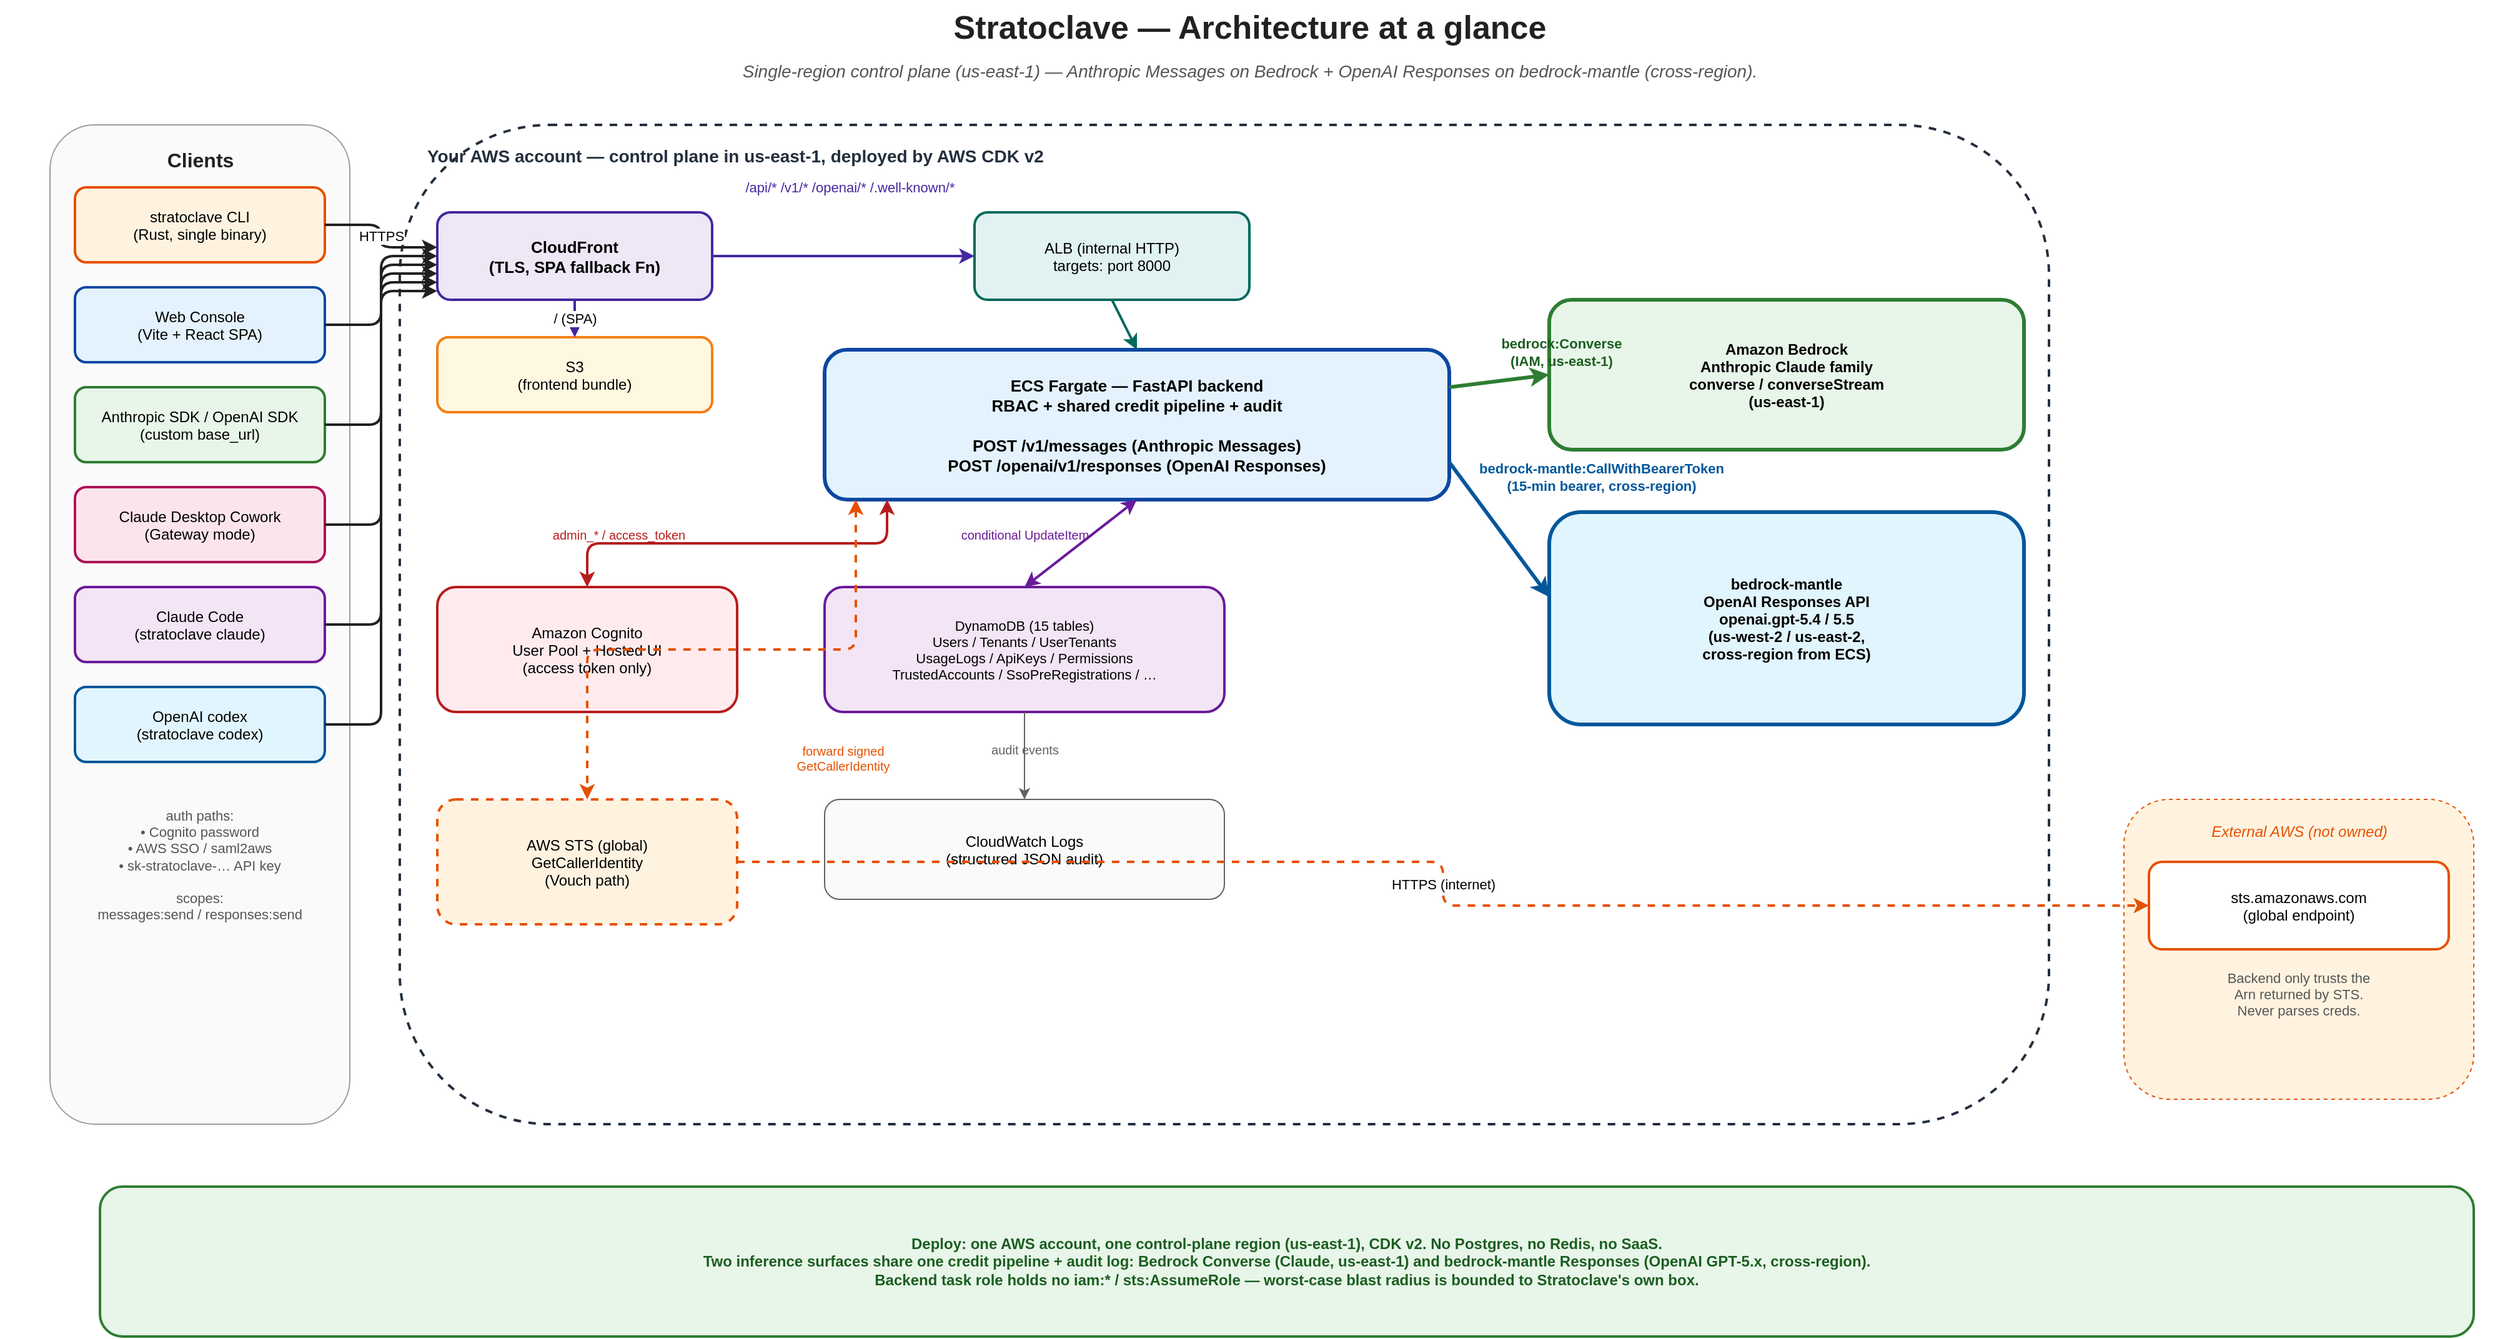
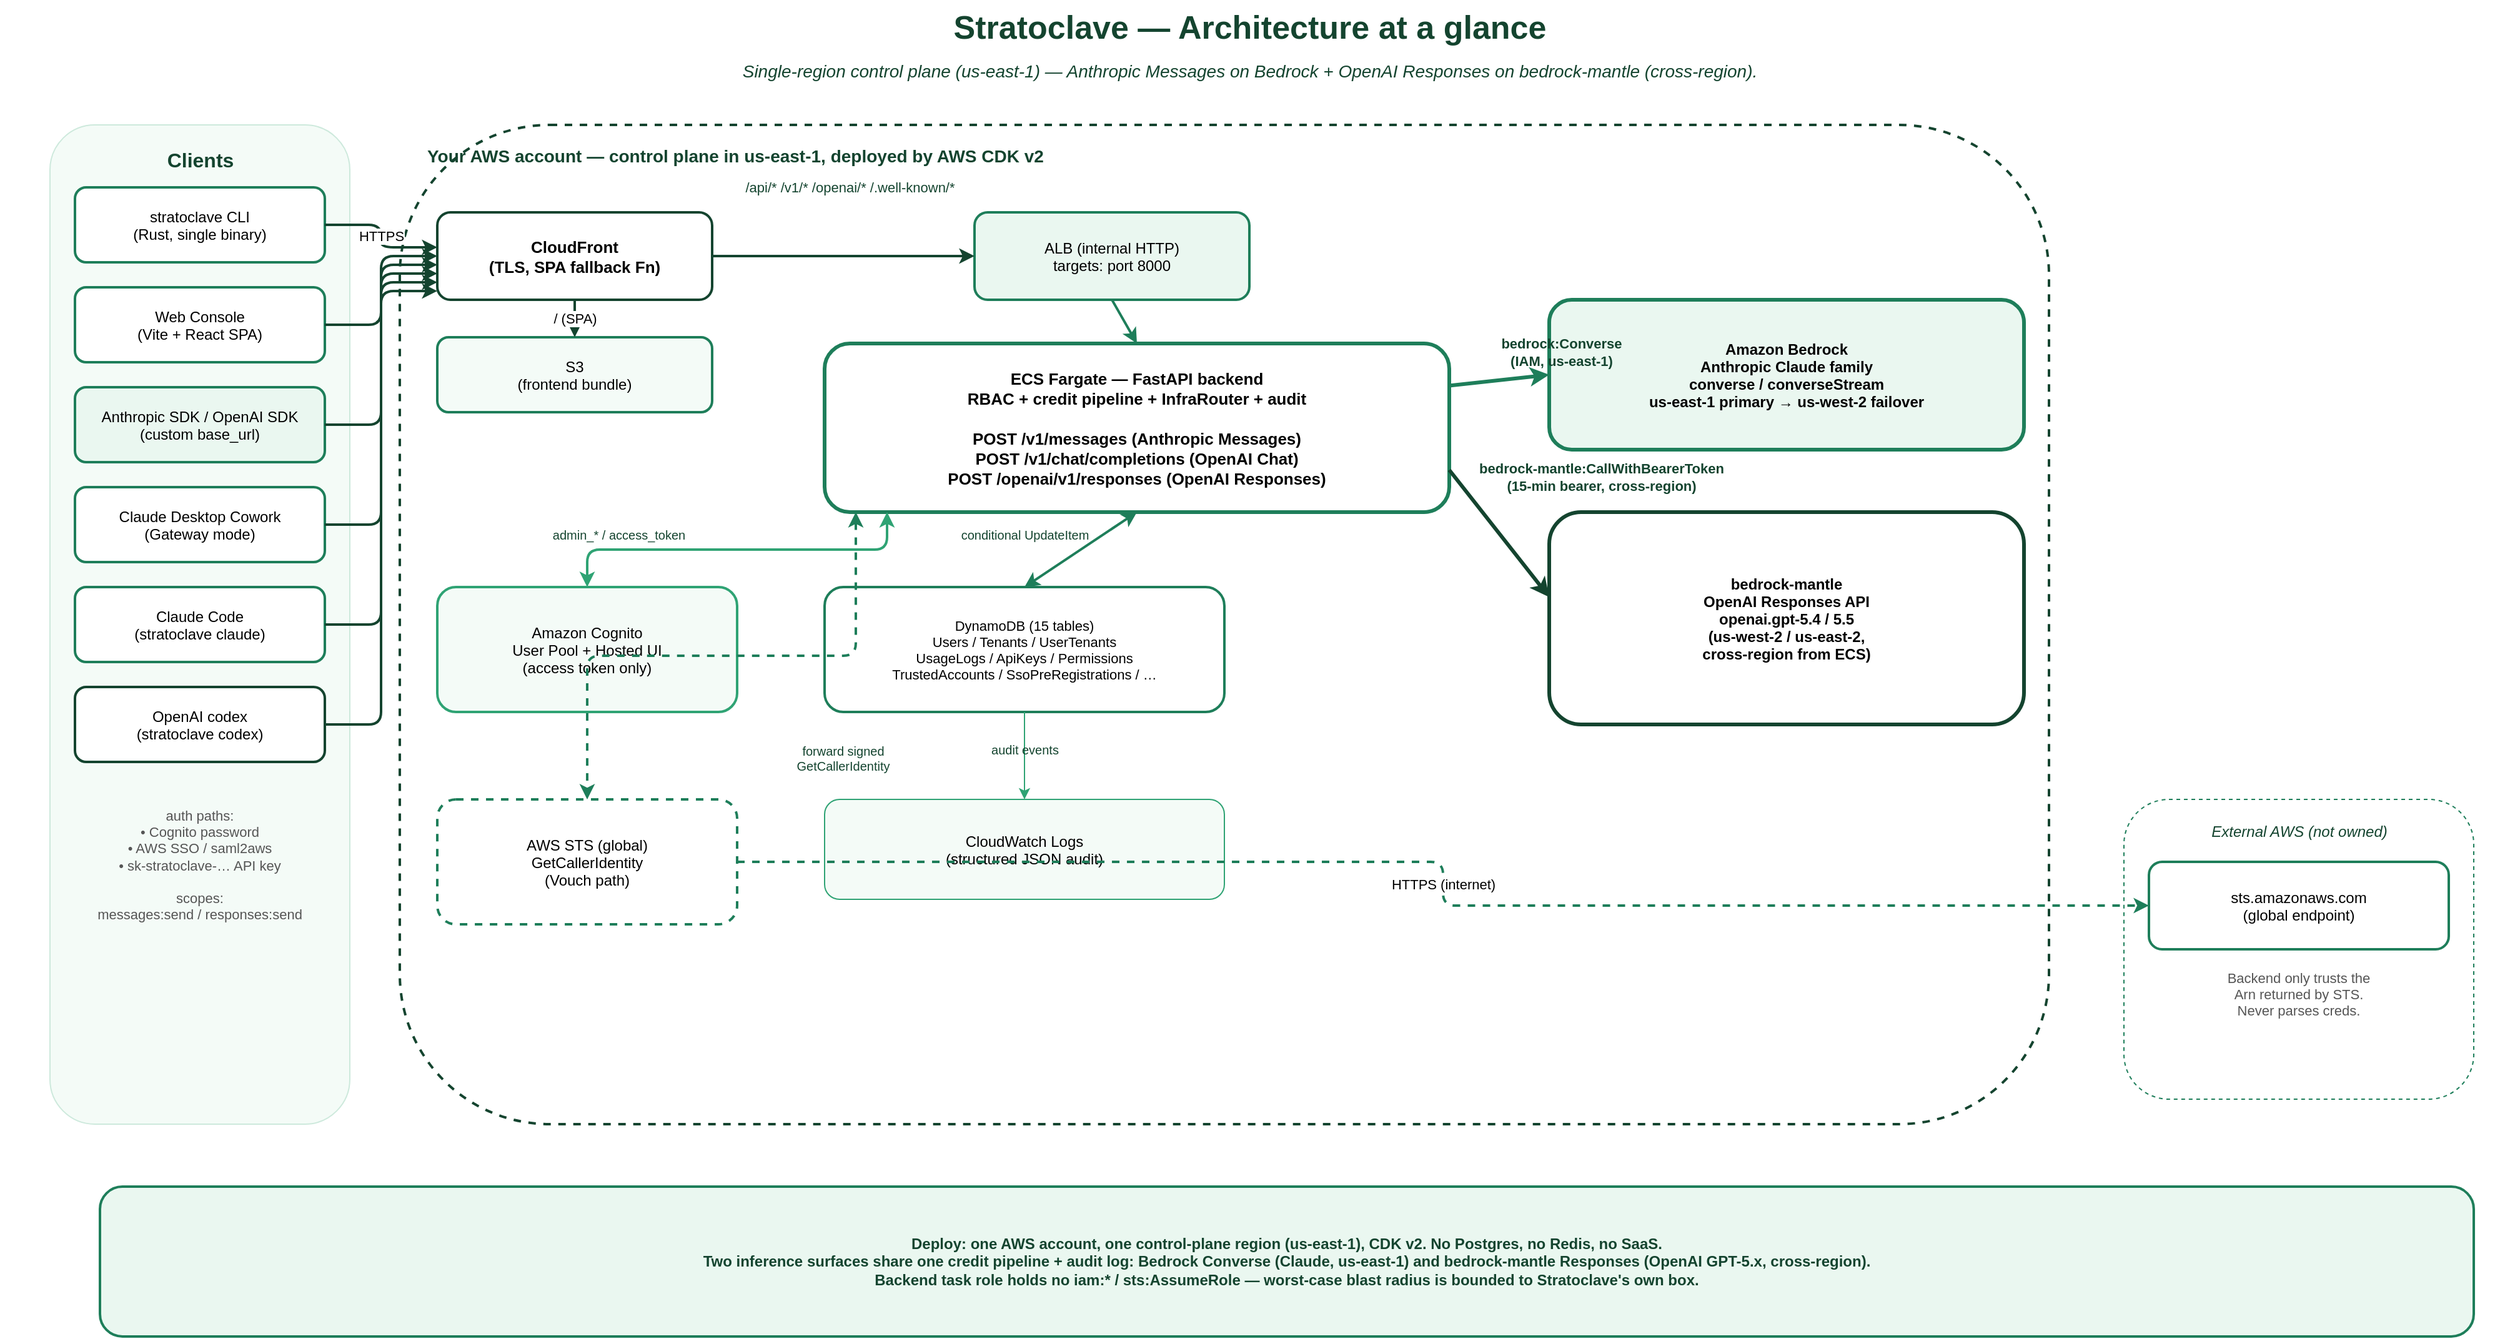
<mxGraphModel dx="2000" dy="1280" grid="1" gridSize="10" guides="1" tooltips="1" connect="1" arrows="1" fold="1" page="1" pageScale="1" pageWidth="2000" pageHeight="1280" math="0" shadow="0">
  <root>
    <mxCell id="0"/>
    <mxCell id="1" parent="0"/>

    <mxCell id="title" value="Stratoclave — Architecture at a glance"
-       style="text;html=1;align=center;fontSize=26;fontStyle=1;fontColor=#212121;"
+       style="text;html=1;align=center;fontSize=26;fontStyle=1;fontColor=#14442F;"
      vertex="1" parent="1">
      <mxGeometry x="0" y="20" width="2000" height="40" as="geometry"/>
    </mxCell>

    <mxCell id="subtitle" value="Single-region control plane (us-east-1) — Anthropic Messages on Bedrock + OpenAI Responses on bedrock-mantle (cross-region)."
-       style="text;html=1;align=center;fontSize=14;fontStyle=2;fontColor=#555555;"
+       style="text;html=1;align=center;fontSize=14;fontStyle=2;fontColor=#14442F;"
      vertex="1" parent="1">
      <mxGeometry x="0" y="62" width="2000" height="24" as="geometry"/>
    </mxCell>

    <!-- ===================== CLIENT PANEL (x=40..280) ===================== -->
    <mxCell id="client_panel" value=""
-       style="rounded=1;fillColor=#FAFAFA;strokeColor=#9E9E9E;strokeWidth=1;"
+       style="rounded=1;fillColor=#F4FBF7;strokeColor=#CDE9DC;strokeWidth=1;"
      vertex="1" parent="1">
      <mxGeometry x="40" y="120" width="240" height="800" as="geometry"/>
    </mxCell>
    <mxCell id="client_title" value="Clients"
-       style="text;html=1;align=center;fontSize=16;fontStyle=1;fontColor=#212121;"
+       style="text;html=1;align=center;fontSize=16;fontStyle=1;fontColor=#14442F;"
      vertex="1" parent="1">
      <mxGeometry x="40" y="132" width="240" height="26" as="geometry"/>
    </mxCell>
    <mxCell id="cli_box" value="stratoclave CLI&#10;(Rust, single binary)"
-       style="rounded=1;fillColor=#FFF3E0;strokeColor=#E65100;strokeWidth=2;fontSize=12;align=center;verticalAlign=middle;"
+       style="rounded=1;fillColor=#FFFFFF;strokeColor=#1E7E5A;strokeWidth=2;fontSize=12;align=center;verticalAlign=middle;"
      vertex="1" parent="1">
      <mxGeometry x="60" y="170" width="200" height="60" as="geometry"/>
    </mxCell>
    <mxCell id="webui_box" value="Web Console&#10;(Vite + React SPA)"
-       style="rounded=1;fillColor=#E3F2FD;strokeColor=#0D47A1;strokeWidth=2;fontSize=12;align=center;verticalAlign=middle;"
+       style="rounded=1;fillColor=#FFFFFF;strokeColor=#1E7E5A;strokeWidth=2;fontSize=12;align=center;verticalAlign=middle;"
      vertex="1" parent="1">
      <mxGeometry x="60" y="250" width="200" height="60" as="geometry"/>
    </mxCell>
    <mxCell id="sdk_box" value="Anthropic SDK / OpenAI SDK&#10;(custom base_url)"
-       style="rounded=1;fillColor=#E8F5E9;strokeColor=#2E7D32;strokeWidth=2;fontSize=12;align=center;verticalAlign=middle;"
+       style="rounded=1;fillColor=#EAF7F0;strokeColor=#1E7E5A;strokeWidth=2;fontSize=12;align=center;verticalAlign=middle;"
      vertex="1" parent="1">
      <mxGeometry x="60" y="330" width="200" height="60" as="geometry"/>
    </mxCell>
    <mxCell id="cowork_box" value="Claude Desktop Cowork&#10;(Gateway mode)"
-       style="rounded=1;fillColor=#FCE4EC;strokeColor=#AD1457;strokeWidth=2;fontSize=12;align=center;verticalAlign=middle;"
+       style="rounded=1;fillColor=#FFFFFF;strokeColor=#1E7E5A;strokeWidth=2;fontSize=12;align=center;verticalAlign=middle;"
      vertex="1" parent="1">
      <mxGeometry x="60" y="410" width="200" height="60" as="geometry"/>
    </mxCell>
    <mxCell id="claude_code_box" value="Claude Code&#10;(stratoclave claude)"
-       style="rounded=1;fillColor=#F3E5F5;strokeColor=#6A1B9A;strokeWidth=2;fontSize=12;align=center;verticalAlign=middle;"
+       style="rounded=1;fillColor=#FFFFFF;strokeColor=#1E7E5A;strokeWidth=2;fontSize=12;align=center;verticalAlign=middle;"
      vertex="1" parent="1">
      <mxGeometry x="60" y="490" width="200" height="60" as="geometry"/>
    </mxCell>
    <mxCell id="codex_box" value="OpenAI codex&#10;(stratoclave codex)"
-       style="rounded=1;fillColor=#E1F5FE;strokeColor=#01579B;strokeWidth=2;fontSize=12;align=center;verticalAlign=middle;"
+       style="rounded=1;fillColor=#FFFFFF;strokeColor=#14442F;strokeWidth=2;fontSize=12;align=center;verticalAlign=middle;"
      vertex="1" parent="1">
      <mxGeometry x="60" y="570" width="200" height="60" as="geometry"/>
    </mxCell>
    <mxCell id="client_auth_note"
      value="auth paths:&#10;• Cognito password&#10;• AWS SSO / saml2aws&#10;• sk-stratoclave-… API key&#10;&#10;scopes:&#10;messages:send / responses:send"
      style="text;html=1;align=center;fontSize=11;fontColor=#555;whiteSpace=wrap;"
      vertex="1" parent="1">
      <mxGeometry x="60" y="660" width="200" height="140" as="geometry"/>
    </mxCell>

    <!-- ===================== AWS PANEL (x=320..1640) ===================== -->
    <mxCell id="aws_panel" value=""
-       style="rounded=1;fillColor=#FFFFFF;strokeColor=#232F3E;strokeWidth=2;dashed=1;"
+       style="rounded=1;fillColor=#FFFFFF;strokeColor=#14442F;strokeWidth=2;dashed=1;"
      vertex="1" parent="1">
      <mxGeometry x="320" y="120" width="1320" height="800" as="geometry"/>
    </mxCell>
    <mxCell id="aws_title" value="Your AWS account — control plane in us-east-1, deployed by AWS CDK v2"
-       style="text;html=1;align=left;fontSize=14;fontStyle=1;fontColor=#232F3E;"
+       style="text;html=1;align=left;fontSize=14;fontStyle=1;fontColor=#14442F;"
      vertex="1" parent="1">
      <mxGeometry x="340" y="130" width="1280" height="22" as="geometry"/>
    </mxCell>

    <!-- Row 1: CloudFront, ALB. CloudFront/ALB Y=190..260, label space ABOVE the boxes is occupied by AWS title -->
    <!-- So the path label lives BETWEEN them on the edge, not above. -->
    <mxCell id="cf_box" value="CloudFront&#10;(TLS, SPA fallback Fn)"
-       style="rounded=1;fillColor=#EDE7F6;strokeColor=#4527A0;strokeWidth=2;fontSize=13;fontStyle=1;align=center;verticalAlign=middle;"
+       style="rounded=1;fillColor=#FFFFFF;strokeColor=#14442F;strokeWidth=2;fontSize=13;fontStyle=1;align=center;verticalAlign=middle;"
      vertex="1" parent="1">
      <mxGeometry x="350" y="190" width="220" height="70" as="geometry"/>
    </mxCell>
    <mxCell id="alb_box" value="ALB (internal HTTP)&#10;targets: port 8000"
-       style="rounded=1;fillColor=#E0F2F1;strokeColor=#00695C;strokeWidth=2;fontSize=12;align=center;verticalAlign=middle;"
+       style="rounded=1;fillColor=#EAF7F0;strokeColor=#1E7E5A;strokeWidth=2;fontSize=12;align=center;verticalAlign=middle;"
      vertex="1" parent="1">
      <mxGeometry x="780" y="190" width="220" height="70" as="geometry"/>
    </mxCell>
    <!-- S3 directly under CloudFront -->
    <mxCell id="s3_box" value="S3&#10;(frontend bundle)"
-       style="rounded=1;fillColor=#FFF8E1;strokeColor=#F57F17;strokeWidth=2;fontSize=12;align=center;verticalAlign=middle;"
+       style="rounded=1;fillColor=#F4FBF7;strokeColor=#1E7E5A;strokeWidth=2;fontSize=12;align=center;verticalAlign=middle;"
      vertex="1" parent="1">
      <mxGeometry x="350" y="290" width="220" height="60" as="geometry"/>
    </mxCell>

    <!-- Row 2: Backend FastAPI box -->
    <mxCell id="backend_box"
-       value="ECS Fargate — FastAPI backend&#10;RBAC + shared credit pipeline + audit&#10;&#10;POST /v1/messages (Anthropic Messages)&#10;POST /openai/v1/responses (OpenAI Responses)"
-       style="rounded=1;fillColor=#E3F2FD;strokeColor=#0D47A1;strokeWidth=3;fontSize=13;fontStyle=1;align=center;verticalAlign=middle;"
-       vertex="1" parent="1">
-       <mxGeometry x="660" y="300" width="500" height="120" as="geometry"/>
+       value="ECS Fargate — FastAPI backend&#10;RBAC + credit pipeline + InfraRouter + audit&#10;&#10;POST /v1/messages (Anthropic Messages)&#10;POST /v1/chat/completions (OpenAI Chat)&#10;POST /openai/v1/responses (OpenAI Responses)"
+       style="rounded=1;fillColor=#FFFFFF;strokeColor=#1E7E5A;strokeWidth=3;fontSize=13;fontStyle=1;align=center;verticalAlign=middle;"
+       vertex="1" parent="1">
+       <mxGeometry x="660" y="295" width="500" height="135" as="geometry"/>
    </mxCell>

    <!-- Row 3: Cognito, DynamoDB. STS lives on row 4 -->
    <mxCell id="cognito_box" value="Amazon Cognito&#10;User Pool + Hosted UI&#10;(access token only)"
-       style="rounded=1;fillColor=#FFEBEE;strokeColor=#B71C1C;strokeWidth=2;fontSize=12;align=center;verticalAlign=middle;"
+       style="rounded=1;fillColor=#F4FBF7;strokeColor=#2FA374;strokeWidth=2;fontSize=12;align=center;verticalAlign=middle;"
      vertex="1" parent="1">
      <mxGeometry x="350" y="490" width="240" height="100" as="geometry"/>
    </mxCell>
    <mxCell id="dynamo_box"
      value="DynamoDB (15 tables)&#10;Users / Tenants / UserTenants&#10;UsageLogs / ApiKeys / Permissions&#10;TrustedAccounts / SsoPreRegistrations / …"
-       style="rounded=1;fillColor=#F3E5F5;strokeColor=#6A1B9A;strokeWidth=2;fontSize=11;align=center;verticalAlign=middle;"
+       style="rounded=1;fillColor=#FFFFFF;strokeColor=#1E7E5A;strokeWidth=2;fontSize=11;align=center;verticalAlign=middle;"
      vertex="1" parent="1">
      <mxGeometry x="660" y="490" width="320" height="100" as="geometry"/>
    </mxCell>

    <!-- Row 4: STS + CloudWatch. -->
    <mxCell id="sts_box" value="AWS STS (global)&#10;GetCallerIdentity&#10;(Vouch path)"
-       style="rounded=1;fillColor=#FFF3E0;strokeColor=#E65100;strokeWidth=2;dashed=1;fontSize=12;align=center;verticalAlign=middle;"
+       style="rounded=1;fillColor=#FFFFFF;strokeColor=#1E7E5A;strokeWidth=2;dashed=1;fontSize=12;align=center;verticalAlign=middle;"
      vertex="1" parent="1">
      <mxGeometry x="350" y="660" width="240" height="100" as="geometry"/>
    </mxCell>
    <mxCell id="cw_box" value="CloudWatch Logs&#10;(structured JSON audit)"
-       style="rounded=1;fillColor=#FAFAFA;strokeColor=#616161;strokeWidth=1;fontSize=12;align=center;verticalAlign=middle;"
+       style="rounded=1;fillColor=#F4FBF7;strokeColor=#2FA374;strokeWidth=1;fontSize=12;align=center;verticalAlign=middle;"
      vertex="1" parent="1">
      <mxGeometry x="660" y="660" width="320" height="80" as="geometry"/>
    </mxCell>

    <!-- Right column: Bedrock surfaces. Y range 260..620 -->
    <mxCell id="bedrock_box"
-       value="Amazon Bedrock&#10;Anthropic Claude family&#10;converse / converseStream&#10;(us-east-1)"
-       style="rounded=1;fillColor=#E8F5E9;strokeColor=#2E7D32;strokeWidth=3;fontSize=12;fontStyle=1;align=center;verticalAlign=middle;"
+       value="Amazon Bedrock&#10;Anthropic Claude family&#10;converse / converseStream&#10;us-east-1 primary → us-west-2 failover"
+       style="rounded=1;fillColor=#EAF7F0;strokeColor=#1E7E5A;strokeWidth=3;fontSize=12;fontStyle=1;align=center;verticalAlign=middle;"
      vertex="1" parent="1">
      <mxGeometry x="1240" y="260" width="380" height="120" as="geometry"/>
    </mxCell>
    <mxCell id="mantle_box"
      value="bedrock-mantle&#10;OpenAI Responses API&#10;openai.gpt-5.4 / 5.5&#10;(us-west-2 / us-east-2,&#10;cross-region from ECS)"
-       style="rounded=1;fillColor=#E1F5FE;strokeColor=#01579B;strokeWidth=3;fontSize=12;fontStyle=1;align=center;verticalAlign=middle;"
+       style="rounded=1;fillColor=#FFFFFF;strokeColor=#14442F;strokeWidth=3;fontSize=12;fontStyle=1;align=center;verticalAlign=middle;"
      vertex="1" parent="1">
      <mxGeometry x="1240" y="430" width="380" height="170" as="geometry"/>
    </mxCell>

    <!-- ===================== EXTERNAL STS (right of AWS panel, Y=660..900) ===================== -->
    <mxCell id="ext_sts_panel" value=""
-       style="rounded=1;fillColor=#FFF3E0;strokeColor=#E65100;strokeWidth=1;dashed=1;"
+       style="rounded=1;fillColor=#FFFFFF;strokeColor=#1E7E5A;strokeWidth=1;dashed=1;"
      vertex="1" parent="1">
      <mxGeometry x="1700" y="660" width="280" height="240" as="geometry"/>
    </mxCell>
    <mxCell id="ext_sts_title" value="External AWS (not owned)"
-       style="text;html=1;align=center;fontSize=12;fontStyle=2;fontColor=#E65100;"
+       style="text;html=1;align=center;fontSize=12;fontStyle=2;fontColor=#14442F;"
      vertex="1" parent="1">
      <mxGeometry x="1700" y="672" width="280" height="22" as="geometry"/>
    </mxCell>
    <mxCell id="ext_sts_box" value="sts.amazonaws.com&#10;(global endpoint)"
-       style="rounded=1;fillColor=#FFFFFF;strokeColor=#E65100;strokeWidth=2;fontSize=12;align=center;verticalAlign=middle;"
+       style="rounded=1;fillColor=#FFFFFF;strokeColor=#1E7E5A;strokeWidth=2;fontSize=12;align=center;verticalAlign=middle;"
      vertex="1" parent="1">
      <mxGeometry x="1720" y="710" width="240" height="70" as="geometry"/>
    </mxCell>
    <mxCell id="ext_sts_note" value="Backend only trusts the&#10;Arn returned by STS.&#10;Never parses creds."
      style="text;html=1;align=center;fontSize=11;fontColor=#555;whiteSpace=wrap;"
      vertex="1" parent="1">
      <mxGeometry x="1720" y="790" width="240" height="100" as="geometry"/>
    </mxCell>

    <!-- ===================== EDGES — clients to CloudFront ===================== -->
    <mxCell id="e_cli_cf" value="HTTPS"
-       style="endArrow=classic;html=1;strokeColor=#212121;strokeWidth=2;fontSize=11;edgeStyle=orthogonalEdgeStyle;exitX=1;exitY=0.5;exitDx=0;exitDy=0;entryX=0;entryY=0.4;entryDx=0;entryDy=0;"
+       style="endArrow=classic;html=1;strokeColor=#14442F;strokeWidth=2;fontSize=11;edgeStyle=orthogonalEdgeStyle;exitX=1;exitY=0.5;exitDx=0;exitDy=0;entryX=0;entryY=0.4;entryDx=0;entryDy=0;"
      edge="1" source="cli_box" target="cf_box" parent="1">
      <mxGeometry relative="1" as="geometry"/>
    </mxCell>
    <mxCell id="e_web_cf" value=""
-       style="endArrow=classic;html=1;strokeColor=#212121;strokeWidth=2;edgeStyle=orthogonalEdgeStyle;exitX=1;exitY=0.5;exitDx=0;exitDy=0;entryX=0;entryY=0.5;entryDx=0;entryDy=0;"
+       style="endArrow=classic;html=1;strokeColor=#14442F;strokeWidth=2;edgeStyle=orthogonalEdgeStyle;exitX=1;exitY=0.5;exitDx=0;exitDy=0;entryX=0;entryY=0.5;entryDx=0;entryDy=0;"
      edge="1" source="webui_box" target="cf_box" parent="1">
      <mxGeometry relative="1" as="geometry"/>
    </mxCell>
    <mxCell id="e_sdk_cf" value=""
-       style="endArrow=classic;html=1;strokeColor=#212121;strokeWidth=2;edgeStyle=orthogonalEdgeStyle;exitX=1;exitY=0.5;exitDx=0;exitDy=0;entryX=0;entryY=0.6;entryDx=0;entryDy=0;"
+       style="endArrow=classic;html=1;strokeColor=#14442F;strokeWidth=2;edgeStyle=orthogonalEdgeStyle;exitX=1;exitY=0.5;exitDx=0;exitDy=0;entryX=0;entryY=0.6;entryDx=0;entryDy=0;"
      edge="1" source="sdk_box" target="cf_box" parent="1">
      <mxGeometry relative="1" as="geometry"/>
    </mxCell>
    <mxCell id="e_cowork_cf" value=""
-       style="endArrow=classic;html=1;strokeColor=#212121;strokeWidth=2;edgeStyle=orthogonalEdgeStyle;exitX=1;exitY=0.5;exitDx=0;exitDy=0;entryX=0;entryY=0.7;entryDx=0;entryDy=0;"
+       style="endArrow=classic;html=1;strokeColor=#14442F;strokeWidth=2;edgeStyle=orthogonalEdgeStyle;exitX=1;exitY=0.5;exitDx=0;exitDy=0;entryX=0;entryY=0.7;entryDx=0;entryDy=0;"
      edge="1" source="cowork_box" target="cf_box" parent="1">
      <mxGeometry relative="1" as="geometry"/>
    </mxCell>
    <mxCell id="e_claudecode_cf" value=""
-       style="endArrow=classic;html=1;strokeColor=#212121;strokeWidth=2;edgeStyle=orthogonalEdgeStyle;exitX=1;exitY=0.5;exitDx=0;exitDy=0;entryX=0;entryY=0.8;entryDx=0;entryDy=0;"
+       style="endArrow=classic;html=1;strokeColor=#14442F;strokeWidth=2;edgeStyle=orthogonalEdgeStyle;exitX=1;exitY=0.5;exitDx=0;exitDy=0;entryX=0;entryY=0.8;entryDx=0;entryDy=0;"
      edge="1" source="claude_code_box" target="cf_box" parent="1">
      <mxGeometry relative="1" as="geometry"/>
    </mxCell>
    <mxCell id="e_codex_cf" value=""
-       style="endArrow=classic;html=1;strokeColor=#212121;strokeWidth=2;edgeStyle=orthogonalEdgeStyle;exitX=1;exitY=0.5;exitDx=0;exitDy=0;entryX=0;entryY=0.9;entryDx=0;entryDy=0;"
+       style="endArrow=classic;html=1;strokeColor=#14442F;strokeWidth=2;edgeStyle=orthogonalEdgeStyle;exitX=1;exitY=0.5;exitDx=0;exitDy=0;entryX=0;entryY=0.9;entryDx=0;entryDy=0;"
      edge="1" source="codex_box" target="cf_box" parent="1">
      <mxGeometry relative="1" as="geometry"/>
    </mxCell>

    <!-- ===================== EDGES — CloudFront -> S3, ALB ===================== -->
    <mxCell id="e_cf_s3" value="/ (SPA)"
-       style="endArrow=classic;html=1;strokeColor=#4527A0;strokeWidth=2;fontSize=11;exitX=0.5;exitY=1;exitDx=0;exitDy=0;entryX=0.5;entryY=0;entryDx=0;entryDy=0;"
+       style="endArrow=classic;html=1;strokeColor=#14442F;strokeWidth=2;fontSize=11;exitX=0.5;exitY=1;exitDx=0;exitDy=0;entryX=0.5;entryY=0;entryDx=0;entryDy=0;"
      edge="1" source="cf_box" target="s3_box" parent="1">
      <mxGeometry relative="1" as="geometry"/>
    </mxCell>
    <!-- CF -> ALB straight horizontal. Path label as separate text vertex placed above the edge mid-point. -->
    <mxCell id="e_cf_alb" value=""
-       style="endArrow=classic;html=1;strokeColor=#4527A0;strokeWidth=2;exitX=1;exitY=0.5;exitDx=0;exitDy=0;entryX=0;entryY=0.5;entryDx=0;entryDy=0;"
+       style="endArrow=classic;html=1;strokeColor=#14442F;strokeWidth=2;exitX=1;exitY=0.5;exitDx=0;exitDy=0;entryX=0;entryY=0.5;entryDx=0;entryDy=0;"
      edge="1" source="cf_box" target="alb_box" parent="1">
      <mxGeometry relative="1" as="geometry"/>
    </mxCell>
    <mxCell id="lbl_cf_alb"
      value="/api/* /v1/* /openai/* /.well-known/*"
-       style="text;html=1;align=center;verticalAlign=middle;fontSize=11;fontColor=#4527A0;"
+       style="text;html=1;align=center;verticalAlign=middle;fontSize=11;fontColor=#14442F;"
      vertex="1" parent="1">
      <mxGeometry x="570" y="160" width="220" height="20" as="geometry"/>
    </mxCell>
    <mxCell id="e_alb_backend" value=""
-       style="endArrow=classic;html=1;strokeColor=#00695C;strokeWidth=2;exitX=0.5;exitY=1;exitDx=0;exitDy=0;entryX=0.5;entryY=0;entryDx=0;entryDy=0;"
+       style="endArrow=classic;html=1;strokeColor=#1E7E5A;strokeWidth=2;exitX=0.5;exitY=1;exitDx=0;exitDy=0;entryX=0.5;entryY=0;entryDx=0;entryDy=0;"
      edge="1" source="alb_box" target="backend_box" parent="1">
      <mxGeometry relative="1" as="geometry"/>
    </mxCell>

    <!-- ===================== EDGES — backend internal ===================== -->
    <mxCell id="e_backend_cognito" value=""
-       style="endArrow=classic;startArrow=classic;html=1;strokeColor=#B71C1C;strokeWidth=2;edgeStyle=orthogonalEdgeStyle;exitX=0.1;exitY=1;exitDx=0;exitDy=0;entryX=0.5;entryY=0;entryDx=0;entryDy=0;"
+       style="endArrow=classic;startArrow=classic;html=1;strokeColor=#2FA374;strokeWidth=2;edgeStyle=orthogonalEdgeStyle;exitX=0.1;exitY=1;exitDx=0;exitDy=0;entryX=0.5;entryY=0;entryDx=0;entryDy=0;"
      edge="1" source="backend_box" target="cognito_box" parent="1">
      <mxGeometry relative="1" as="geometry"/>
    </mxCell>
    <mxCell id="lbl_backend_cognito" value="admin_* / access_token"
-       style="text;html=1;align=center;verticalAlign=middle;fontSize=10;fontColor=#B71C1C;"
+       style="text;html=1;align=center;verticalAlign=middle;fontSize=10;fontColor=#14442F;"
      vertex="1" parent="1">
      <mxGeometry x="375" y="438" width="240" height="20" as="geometry"/>
    </mxCell>

    <mxCell id="e_backend_dynamo" value=""
-       style="endArrow=classic;startArrow=classic;html=1;strokeColor=#6A1B9A;strokeWidth=2;exitX=0.5;exitY=1;exitDx=0;exitDy=0;entryX=0.5;entryY=0;entryDx=0;entryDy=0;"
+       style="endArrow=classic;startArrow=classic;html=1;strokeColor=#1E7E5A;strokeWidth=2;exitX=0.5;exitY=1;exitDx=0;exitDy=0;entryX=0.5;entryY=0;entryDx=0;entryDy=0;"
      edge="1" source="backend_box" target="dynamo_box" parent="1">
      <mxGeometry relative="1" as="geometry"/>
    </mxCell>
    <mxCell id="lbl_backend_dynamo" value="conditional UpdateItem"
-       style="text;html=1;align=center;verticalAlign=middle;fontSize=10;fontColor=#6A1B9A;"
+       style="text;html=1;align=center;verticalAlign=middle;fontSize=10;fontColor=#14442F;"
      vertex="1" parent="1">
      <mxGeometry x="710" y="438" width="220" height="20" as="geometry"/>
    </mxCell>

    <!-- backend -> sts: orthogonal route, leaves backend at left bottom, goes down then to sts -->
    <mxCell id="e_backend_sts" value=""
-       style="endArrow=classic;startArrow=classic;html=1;strokeColor=#E65100;strokeWidth=2;dashed=1;edgeStyle=orthogonalEdgeStyle;exitX=0.05;exitY=1;exitDx=0;exitDy=0;entryX=0.5;entryY=0;entryDx=0;entryDy=0;"
+       style="endArrow=classic;startArrow=classic;html=1;strokeColor=#1E7E5A;strokeWidth=2;dashed=1;edgeStyle=orthogonalEdgeStyle;exitX=0.05;exitY=1;exitDx=0;exitDy=0;entryX=0.5;entryY=0;entryDx=0;entryDy=0;"
      edge="1" source="backend_box" target="sts_box" parent="1">
      <mxGeometry relative="1" as="geometry"/>
    </mxCell>
    <mxCell id="lbl_backend_sts" value="forward signed&#10;GetCallerIdentity"
-       style="text;html=1;align=center;verticalAlign=middle;fontSize=10;fontColor=#E65100;whiteSpace=wrap;"
+       style="text;html=1;align=center;verticalAlign=middle;fontSize=10;fontColor=#14442F;whiteSpace=wrap;"
      vertex="1" parent="1">
      <mxGeometry x="595" y="610" width="160" height="34" as="geometry"/>
    </mxCell>

    <!-- DynamoDB -> CloudWatch (audit logger) -->
    <mxCell id="e_dynamo_cw" value=""
-       style="endArrow=classic;html=1;strokeColor=#616161;strokeWidth=1;edgeStyle=orthogonalEdgeStyle;exitX=0.5;exitY=1;exitDx=0;exitDy=0;entryX=0.5;entryY=0;entryDx=0;entryDy=0;"
+       style="endArrow=classic;html=1;strokeColor=#2FA374;strokeWidth=1;edgeStyle=orthogonalEdgeStyle;exitX=0.5;exitY=1;exitDx=0;exitDy=0;entryX=0.5;entryY=0;entryDx=0;entryDy=0;"
      edge="1" source="dynamo_box" target="cw_box" parent="1">
      <mxGeometry relative="1" as="geometry"/>
    </mxCell>
    <mxCell id="lbl_dynamo_cw" value="audit events"
-       style="text;html=1;align=center;verticalAlign=middle;fontSize=10;fontColor=#616161;"
+       style="text;html=1;align=center;verticalAlign=middle;fontSize=10;fontColor=#14442F;"
      vertex="1" parent="1">
      <mxGeometry x="745" y="610" width="150" height="20" as="geometry"/>
    </mxCell>

    <!-- ===================== EDGES — backend to Bedrock surfaces ===================== -->
    <mxCell id="e_backend_bedrock" value=""
-       style="endArrow=classic;html=1;strokeColor=#2E7D32;strokeWidth=3;exitX=1;exitY=0.25;exitDx=0;exitDy=0;entryX=0;entryY=0.5;entryDx=0;entryDy=0;"
+       style="endArrow=classic;html=1;strokeColor=#1E7E5A;strokeWidth=3;exitX=1;exitY=0.25;exitDx=0;exitDy=0;entryX=0;entryY=0.5;entryDx=0;entryDy=0;"
      edge="1" source="backend_box" target="bedrock_box" parent="1">
      <mxGeometry relative="1" as="geometry"/>
    </mxCell>
    <mxCell id="lbl_backend_bedrock" value="bedrock:Converse&#10;(IAM, us-east-1)"
-       style="text;html=1;align=center;verticalAlign=middle;fontSize=11;fontStyle=1;fontColor=#1B5E20;whiteSpace=wrap;"
+       style="text;html=1;align=center;verticalAlign=middle;fontSize=11;fontStyle=1;fontColor=#14442F;whiteSpace=wrap;"
      vertex="1" parent="1">
      <mxGeometry x="1170" y="285" width="160" height="34" as="geometry"/>
    </mxCell>

    <mxCell id="e_backend_mantle" value=""
-       style="endArrow=classic;html=1;strokeColor=#01579B;strokeWidth=3;exitX=1;exitY=0.75;exitDx=0;exitDy=0;entryX=0;entryY=0.4;entryDx=0;entryDy=0;"
+       style="endArrow=classic;html=1;strokeColor=#14442F;strokeWidth=3;exitX=1;exitY=0.75;exitDx=0;exitDy=0;entryX=0;entryY=0.4;entryDx=0;entryDy=0;"
      edge="1" source="backend_box" target="mantle_box" parent="1">
      <mxGeometry relative="1" as="geometry"/>
    </mxCell>
    <mxCell id="lbl_backend_mantle" value="bedrock-mantle:CallWithBearerToken&#10;(15-min bearer, cross-region)"
-       style="text;html=1;align=center;verticalAlign=middle;fontSize=11;fontStyle=1;fontColor=#01579B;whiteSpace=wrap;"
+       style="text;html=1;align=center;verticalAlign=middle;fontSize=11;fontStyle=1;fontColor=#14442F;whiteSpace=wrap;"
      vertex="1" parent="1">
      <mxGeometry x="1162" y="385" width="240" height="34" as="geometry"/>
    </mxCell>

    <!-- ===================== EDGES — STS box to external endpoint ===================== -->
    <mxCell id="e_sts_ext" value="HTTPS (internet)"
-       style="endArrow=classic;html=1;strokeColor=#E65100;strokeWidth=2;dashed=1;fontSize=11;align=center;verticalAlign=middle;edgeStyle=orthogonalEdgeStyle;exitX=1;exitY=0.5;exitDx=0;exitDy=0;entryX=0;entryY=0.5;entryDx=0;entryDy=0;"
+       style="endArrow=classic;html=1;strokeColor=#1E7E5A;strokeWidth=2;dashed=1;fontSize=11;align=center;verticalAlign=middle;edgeStyle=orthogonalEdgeStyle;exitX=1;exitY=0.5;exitDx=0;exitDy=0;entryX=0;entryY=0.5;entryDx=0;entryDy=0;"
      edge="1" source="sts_box" target="ext_sts_box" parent="1">
      <mxGeometry relative="1" as="geometry"/>
    </mxCell>

    <!-- ===================== TAKEAWAY ===================== -->
    <mxCell id="takeaway_box"
      value="Deploy: one AWS account, one control-plane region (us-east-1), CDK v2.  No Postgres, no Redis, no SaaS.&#10;Two inference surfaces share one credit pipeline + audit log: Bedrock Converse (Claude, us-east-1) and bedrock-mantle Responses (OpenAI GPT-5.x, cross-region).&#10;Backend task role holds no iam:* / sts:AssumeRole — worst-case blast radius is bounded to Stratoclave's own box."
-       style="rounded=1;fillColor=#E8F5E9;strokeColor=#2E7D32;strokeWidth=2;fontSize=12;fontStyle=1;fontColor=#1B5E20;align=center;verticalAlign=middle;whiteSpace=wrap;"
+       style="rounded=1;fillColor=#EAF7F0;strokeColor=#1E7E5A;strokeWidth=2;fontSize=12;fontStyle=1;fontColor=#14442F;align=center;verticalAlign=middle;whiteSpace=wrap;"
      vertex="1" parent="1">
      <mxGeometry x="80" y="970" width="1900" height="120" as="geometry"/>
    </mxCell>

  </root>
</mxGraphModel>
